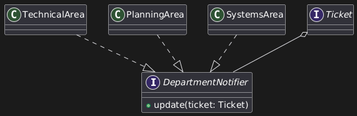
Above: img/observer.png in DilanUni/design-patterns-Ing (PlantUML), before the change.
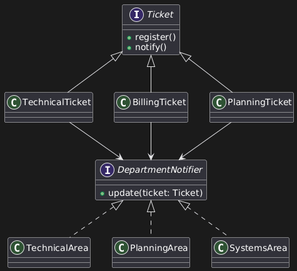
Above is the later version.

What changed in the source:
```diff
@@ -1,17 +1,30 @@
 @startuml
+interface Ticket {
+    +register()
+    +notify()
+}
+
 interface DepartmentNotifier {
     +update(ticket: Ticket)
 }
+
+class TechnicalTicket
+class BillingTicket
+class PlanningTicket
 
 class TechnicalArea
 class PlanningArea
 class SystemsArea
 
-interface Ticket
+Ticket <|-- TechnicalTicket
+Ticket <|-- BillingTicket
+Ticket <|-- PlanningTicket
 
-TechnicalArea ..|> DepartmentNotifier
-PlanningArea ..|> DepartmentNotifier
-SystemsArea ..|> DepartmentNotifier
+DepartmentNotifier <|.. TechnicalArea
+DepartmentNotifier <|.. PlanningArea
+DepartmentNotifier <|.. SystemsArea
 
-Ticket o-- DepartmentNotifier
+TechnicalTicket --> DepartmentNotifier
+BillingTicket --> DepartmentNotifier
+PlanningTicket --> DepartmentNotifier
 @enduml
```
